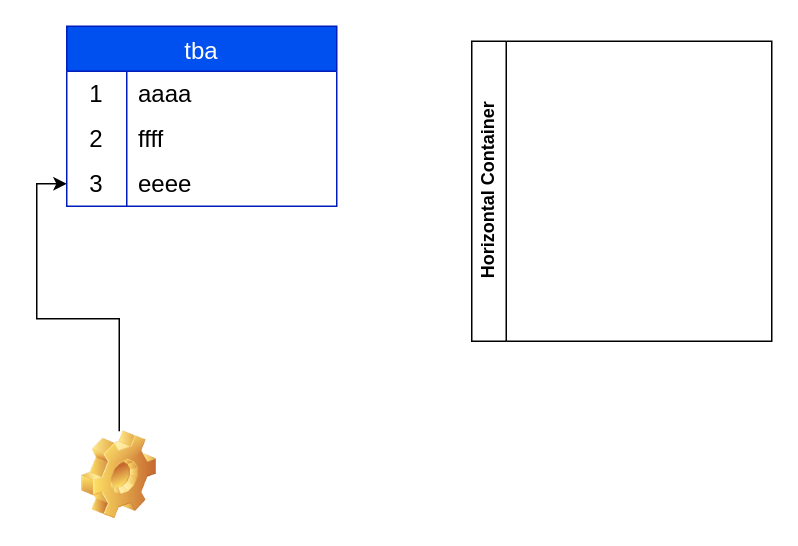
Before: ERD/aaa 的副本.drawio in CsmcUsers/Notes, a draw.io diagram. Source tidied: cells renumbered, new cells numbered last; positions are measured from the earlier drawing's top-left corner, leaving out a move shared by most shapes. Both pictures are drawn from the tidied source at 150%, with x=0, y=0 at pixel (66, 26).
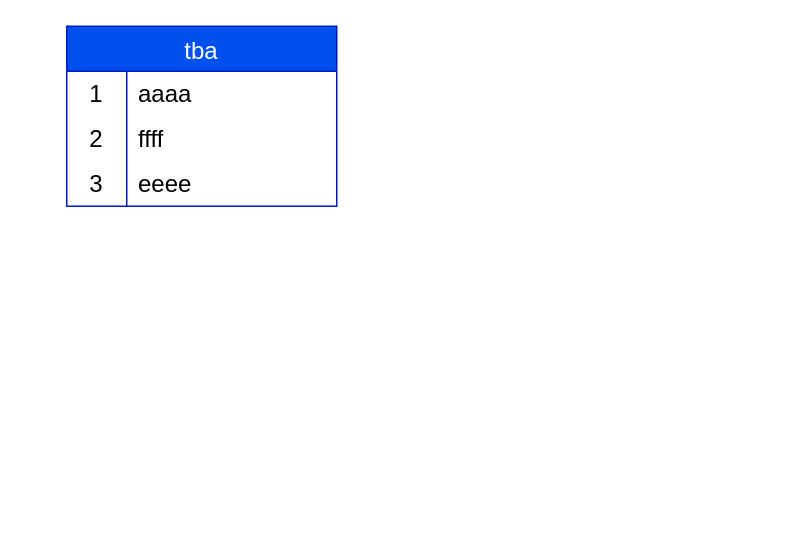
Above is the later version.

Commit message:
更新aaa 的副本.drawio

Diff of the diagram source:
```diff
@@
 <mxGraphModel>
   <root>
     <mxCell id="0" />
     <mxCell id="1" parent="0" />
     <mxCell id="2" value="tba" style="shape=table;startSize=30;childLayout=tableLayout;rowLines=0;fontStyle=0;fontSize=16;fillColor=#0050ef;fontColor=#ffffff;strokeColor=#001DBC;" parent="1" vertex="1">
       <mxGeometry width="180" height="120" as="geometry" />
     </mxCell>
     <mxCell id="3" style="shape=tableRow;horizontal=0;startSize=0;swimlaneHead=0;swimlaneBody=0;top=0;left=0;bottom=0;right=0;fillColor=none;strokeColor=inherit;fontSize=16;" parent="2" vertex="1">
       <mxGeometry y="30" width="180" height="30" as="geometry" />
     </mxCell>
     <mxCell id="4" value="1" style="shape=partialRectangle;html=1;whiteSpace=wrap;fillColor=none;top=0;left=0;bottom=0;right=0;overflow=hidden;strokeColor=inherit;fontSize=16;" parent="3" vertex="1">
       <mxGeometry width="40" height="30" as="geometry" />
     </mxCell>
     <mxCell id="5" value="aaaa" style="shape=partialRectangle;html=1;whiteSpace=wrap;fillColor=none;top=0;left=0;bottom=0;right=0;align=left;spacingLeft=6;overflow=hidden;strokeColor=inherit;fontSize=16;" parent="3" vertex="1">
       <mxGeometry x="40" width="140" height="30" as="geometry" />
     </mxCell>
     <mxCell id="6" style="shape=tableRow;horizontal=0;startSize=0;swimlaneHead=0;swimlaneBody=0;top=0;left=0;bottom=0;right=0;fillColor=none;strokeColor=inherit;fontSize=16;" parent="2" vertex="1">
       <mxGeometry y="60" width="180" height="30" as="geometry" />
     </mxCell>
     <mxCell id="7" value="2" style="shape=partialRectangle;html=1;whiteSpace=wrap;fillColor=none;top=0;left=0;bottom=0;right=0;overflow=hidden;strokeColor=inherit;fontSize=16;" parent="6" vertex="1">
       <mxGeometry width="40" height="30" as="geometry" />
     </mxCell>
     <mxCell id="8" value="ffff" style="shape=partialRectangle;html=1;whiteSpace=wrap;fillColor=none;top=0;left=0;bottom=0;right=0;align=left;spacingLeft=6;overflow=hidden;strokeColor=inherit;fontSize=16;" parent="6" vertex="1">
       <mxGeometry x="40" width="140" height="30" as="geometry" />
     </mxCell>
     <mxCell id="9" style="shape=tableRow;horizontal=0;startSize=0;swimlaneHead=0;swimlaneBody=0;top=0;left=0;bottom=0;right=0;fillColor=none;points=[[0,0.5],[1,0.5]];portConstraint=eastwest;strokeColor=inherit;fontSize=16;" parent="2" vertex="1">
       <mxGeometry y="90" width="180" height="30" as="geometry" />
     </mxCell>
     <mxCell id="10" value="3" style="shape=partialRectangle;html=1;whiteSpace=wrap;fillColor=none;top=0;left=0;bottom=0;right=0;overflow=hidden;strokeColor=inherit;fontSize=16;" parent="9" vertex="1">
       <mxGeometry width="40" height="30" as="geometry" />
     </mxCell>
     <mxCell id="11" value="eeee" style="shape=partialRectangle;html=1;whiteSpace=wrap;fillColor=none;top=0;left=0;bottom=0;right=0;align=left;spacingLeft=6;overflow=hidden;strokeColor=inherit;fontSize=16;" parent="9" vertex="1">
       <mxGeometry x="40" width="140" height="30" as="geometry" />
     </mxCell>
-    <mxCell id="12" style="edgeStyle=orthogonalEdgeStyle;rounded=0;jettySize=auto;html=1;" parent="1" edge="1" source="13" target="9">
-      <mxGeometry relative="1" as="geometry" />
-    </mxCell>
-    <mxCell id="13" style="shape=image;html=1;verticalLabelPosition=bottom;verticalAlign=top;imageAspect=1;image=img/clipart/Gear_128x128.png;rotation=0;" parent="1" vertex="1">
-      <mxGeometry x="10" y="270" width="50" height="58.6" as="geometry" />
-    </mxCell>
-    <mxCell id="14" value="Horizontal Container" style="swimlane;horizontal=0;whiteSpace=wrap;html=1;" parent="1" vertex="1">
-      <mxGeometry x="270" y="10" width="200" height="200" as="geometry" />
-    </mxCell>
   </root>
 </mxGraphModel>
```
